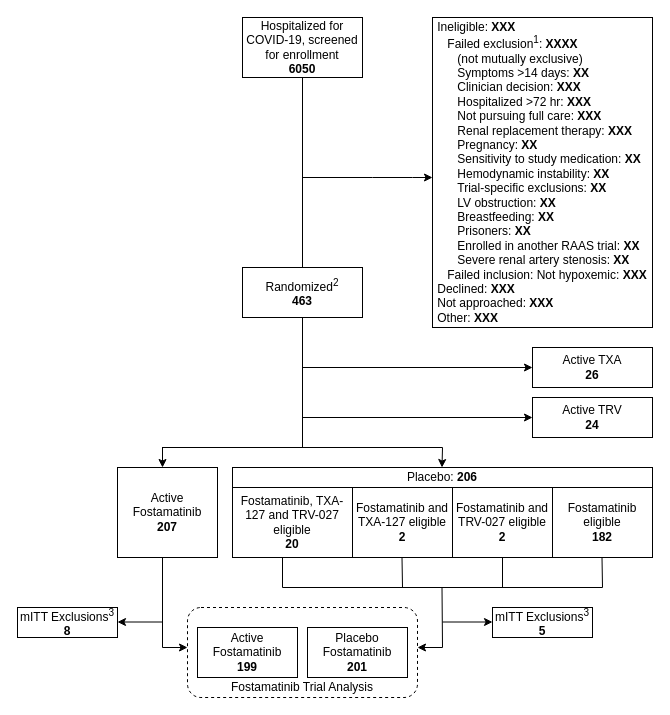
Before: A4HT-CONSORT.drawio in jjdeclercq/VUMisC, a draw.io diagram. Source tidied: cells renumbered, new cells numbered last; positions are measured from the earlier drawing's top-left corner, leaving out a move shared by most shapes. Both pictures are drawn from the tidied source at 100%, with x=0, y=0 at pixel (17, 17).
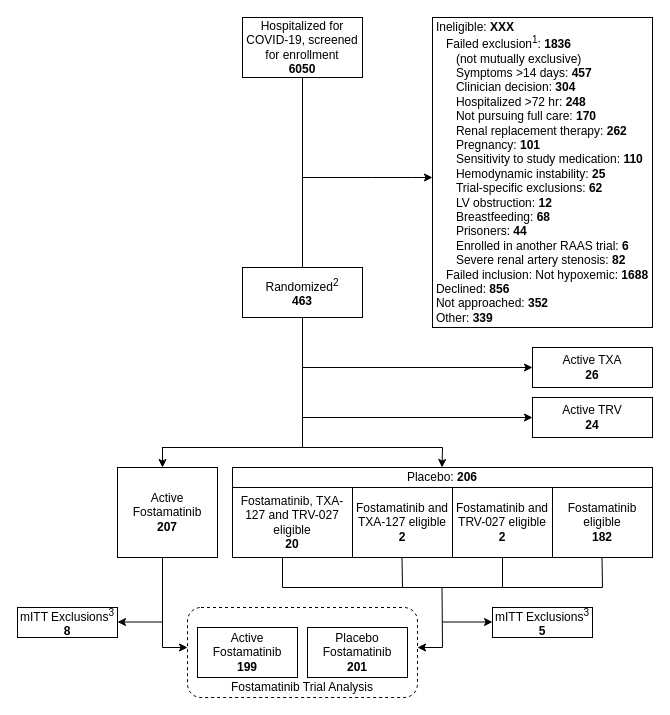
Above is the later version.

What changed in the source:
```diff
@@
-    <mxCell id="5" value="&lt;div style=&quot;text-align: left;&quot;&gt;&lt;span style=&quot;background-color: initial;&quot;&gt;Ineligible: &lt;b&gt;XXX&lt;/b&gt;&lt;/span&gt;&lt;/div&gt;&lt;div style=&quot;text-align: left;&quot;&gt;&lt;span style=&quot;background-color: initial;&quot;&gt;&lt;b&gt;&amp;nbsp; &amp;nbsp;&lt;/b&gt;Failed exclusion&lt;sup&gt;1&lt;/sup&gt;: &lt;b&gt;XXXX&lt;/b&gt;&lt;/span&gt;&lt;/div&gt;&lt;div style=&quot;text-align: left;&quot;&gt;&lt;span style=&quot;background-color: initial;&quot;&gt;&lt;b&gt;&amp;nbsp; &amp;nbsp; &amp;nbsp; &lt;/b&gt;(not mutually exclusive)&lt;/span&gt;&lt;/div&gt;&lt;div style=&quot;text-align: left;&quot;&gt;&lt;span style=&quot;background-color: initial;&quot;&gt;&amp;nbsp; &amp;nbsp; &amp;nbsp; Symptoms &amp;gt;14 days: &lt;b&gt;XX&lt;/b&gt;&lt;/span&gt;&lt;br&gt;&lt;/div&gt;&lt;div style=&quot;text-align: left;&quot;&gt;&amp;nbsp; &amp;nbsp; &amp;nbsp; Clinician decision: &lt;b&gt;XXX&lt;/b&gt;&lt;/div&gt;&lt;div style=&quot;text-align: left;&quot;&gt;&amp;nbsp; &amp;nbsp; &amp;nbsp; Hospitalized &amp;gt;72 hr: &lt;b&gt;XXX&lt;/b&gt;&lt;/div&gt;&lt;div style=&quot;text-align: left;&quot;&gt;&amp;nbsp; &amp;nbsp; &amp;nbsp; Not pursuing full care: &lt;b&gt;XXX&lt;br&gt;&lt;/b&gt;&lt;/div&gt;&lt;div style=&quot;text-align: left;&quot;&gt;&amp;nbsp; &amp;nbsp; &amp;nbsp; Renal replacement therapy: &lt;b&gt;XXX&lt;/b&gt;&lt;/div&gt;&lt;div style=&quot;text-align: left;&quot;&gt;&lt;span style=&quot;background-color: initial;&quot;&gt;&amp;nbsp; &amp;nbsp; &amp;nbsp; Pregnancy: &lt;b&gt;XX&lt;/b&gt;&lt;/span&gt;&lt;/div&gt;&lt;div style=&quot;text-align: left;&quot;&gt;&lt;b style=&quot;background-color: initial;&quot;&gt;&amp;nbsp; &amp;nbsp; &amp;nbsp; &lt;/b&gt;&lt;span style=&quot;background-color: initial;&quot;&gt;Sensitivity to study medication: &lt;b&gt;XX&lt;/b&gt;&lt;/span&gt;&lt;/div&gt;&lt;div style=&quot;text-align: left;&quot;&gt;&lt;span style=&quot;background-color: initial;&quot;&gt;&amp;nbsp; &amp;nbsp; &amp;nbsp; Hemodynamic instability: &lt;b&gt;XX&lt;/b&gt;&lt;/span&gt;&lt;/div&gt;&lt;div style=&quot;text-align: left;&quot;&gt;&lt;b style=&quot;border-color: var(--border-color);&quot;&gt;&amp;nbsp; &amp;nbsp; &amp;nbsp;&amp;nbsp;&lt;/b&gt;Trial-specific exclusions: &lt;b&gt;XX&lt;/b&gt;&lt;span style=&quot;background-color: initial;&quot;&gt;&lt;b&gt;&lt;br&gt;&lt;/b&gt;&lt;/span&gt;&lt;/div&gt;&lt;div style=&quot;text-align: left;&quot;&gt;&lt;span style=&quot;background-color: initial;&quot;&gt;&lt;b&gt;&amp;nbsp; &amp;nbsp; &amp;nbsp; &lt;/b&gt;LV obstruction: &lt;b&gt;XX&lt;/b&gt;&lt;/span&gt;&lt;/div&gt;&lt;div style=&quot;text-align: left;&quot;&gt;&lt;span style=&quot;background-color: initial;&quot;&gt;&lt;b&gt;&amp;nbsp; &amp;nbsp; &amp;nbsp; &lt;/b&gt;Breastfeeding: &lt;b&gt;XX&lt;/b&gt;&lt;/span&gt;&lt;/div&gt;&lt;div style=&quot;text-align: left;&quot;&gt;&lt;span style=&quot;background-color: initial;&quot;&gt;&amp;nbsp; &amp;nbsp; &amp;nbsp; Prisoners: &lt;b&gt;XX&lt;/b&gt;&lt;/span&gt;&lt;/div&gt;&lt;div style=&quot;text-align: left;&quot;&gt;&lt;span style=&quot;background-color: initial;&quot;&gt;&amp;nbsp; &amp;nbsp; &amp;nbsp; Enrolled in another RAAS trial: &lt;b&gt;XX&lt;/b&gt;&lt;/span&gt;&lt;/div&gt;&lt;div style=&quot;text-align: left;&quot;&gt;&lt;span style=&quot;background-color: initial;&quot;&gt;&amp;nbsp; &amp;nbsp; &amp;nbsp; Severe renal artery stenosis: &lt;b&gt;XX&lt;/b&gt;&lt;/span&gt;&lt;/div&gt;&lt;div style=&quot;text-align: left;&quot;&gt;&amp;nbsp; &amp;nbsp;Failed inclusion: Not hypoxemic: &lt;b&gt;XXX&lt;br&gt;&lt;/b&gt;&lt;/div&gt;&lt;div style=&quot;text-align: left;&quot;&gt;&lt;span style=&quot;border-color: var(--border-color);&quot;&gt;Declined: &lt;b&gt;XXX&lt;/b&gt;&lt;br&gt;&lt;/span&gt;&lt;/div&gt;&lt;div style=&quot;text-align: left;&quot;&gt;&lt;span style=&quot;background-color: initial;&quot;&gt;Not approached: &lt;b&gt;XXX&lt;/b&gt;&lt;/span&gt;&lt;/div&gt;&lt;div style=&quot;text-align: left;&quot;&gt;&lt;span style=&quot;background-color: initial;&quot;&gt;Other: &lt;b&gt;XXX&lt;/b&gt;&lt;/span&gt;&lt;br&gt;&lt;/div&gt;" style="rounded=0;whiteSpace=wrap;html=1;" parent="1" vertex="1">
+    <mxCell id="5" value="&lt;div style=&quot;text-align: left;&quot;&gt;&lt;span style=&quot;background-color: initial;&quot;&gt;Ineligible: &lt;b&gt;XXX&lt;/b&gt;&lt;/span&gt;&lt;/div&gt;&lt;div style=&quot;text-align: left;&quot;&gt;&lt;span style=&quot;background-color: initial;&quot;&gt;&lt;b&gt;&amp;nbsp; &amp;nbsp;&lt;/b&gt;Failed exclusion&lt;sup&gt;1&lt;/sup&gt;: &lt;b&gt;1836&lt;/b&gt;&lt;/span&gt;&lt;/div&gt;&lt;div style=&quot;text-align: left;&quot;&gt;&lt;span style=&quot;background-color: initial;&quot;&gt;&lt;b&gt;&amp;nbsp; &amp;nbsp; &amp;nbsp; &lt;/b&gt;(not mutually exclusive)&lt;/span&gt;&lt;/div&gt;&lt;div style=&quot;text-align: left;&quot;&gt;&lt;span style=&quot;background-color: initial;&quot;&gt;&amp;nbsp; &amp;nbsp; &amp;nbsp; Symptoms &amp;gt;14 days: &lt;b&gt;457&lt;/b&gt;&lt;/span&gt;&lt;br&gt;&lt;/div&gt;&lt;div style=&quot;text-align: left;&quot;&gt;&amp;nbsp; &amp;nbsp; &amp;nbsp; Clinician decision: &lt;b&gt;304&lt;/b&gt;&lt;/div&gt;&lt;div style=&quot;text-align: left;&quot;&gt;&amp;nbsp; &amp;nbsp; &amp;nbsp; Hospitalized &amp;gt;72 hr: &lt;b&gt;248&lt;/b&gt;&lt;/div&gt;&lt;div style=&quot;text-align: left;&quot;&gt;&amp;nbsp; &amp;nbsp; &amp;nbsp; Not pursuing full care: &lt;b&gt;170&lt;br&gt;&lt;/b&gt;&lt;/div&gt;&lt;div style=&quot;text-align: left;&quot;&gt;&amp;nbsp; &amp;nbsp; &amp;nbsp; Renal replacement therapy: &lt;b&gt;262&lt;/b&gt;&lt;/div&gt;&lt;div style=&quot;text-align: left;&quot;&gt;&lt;span style=&quot;background-color: initial;&quot;&gt;&amp;nbsp; &amp;nbsp; &amp;nbsp; Pregnancy: &lt;b&gt;101&lt;/b&gt;&lt;/span&gt;&lt;/div&gt;&lt;div style=&quot;text-align: left;&quot;&gt;&lt;b style=&quot;background-color: initial;&quot;&gt;&amp;nbsp; &amp;nbsp; &amp;nbsp; &lt;/b&gt;&lt;span style=&quot;background-color: initial;&quot;&gt;Sensitivity to study medication: &lt;b&gt;110&lt;/b&gt;&lt;/span&gt;&lt;/div&gt;&lt;div style=&quot;text-align: left;&quot;&gt;&lt;span style=&quot;background-color: initial;&quot;&gt;&amp;nbsp; &amp;nbsp; &amp;nbsp; Hemodynamic instability: &lt;b&gt;25&lt;/b&gt;&lt;/span&gt;&lt;/div&gt;&lt;div style=&quot;text-align: left;&quot;&gt;&lt;b style=&quot;border-color: var(--border-color);&quot;&gt;&amp;nbsp; &amp;nbsp; &amp;nbsp;&amp;nbsp;&lt;/b&gt;Trial-specific exclusions: &lt;b&gt;62&lt;/b&gt;&lt;span style=&quot;background-color: initial;&quot;&gt;&lt;b&gt;&lt;br&gt;&lt;/b&gt;&lt;/span&gt;&lt;/div&gt;&lt;div style=&quot;text-align: left;&quot;&gt;&lt;span style=&quot;background-color: initial;&quot;&gt;&lt;b&gt;&amp;nbsp; &amp;nbsp; &amp;nbsp; &lt;/b&gt;LV obstruction: &lt;b&gt;12&lt;/b&gt;&lt;/span&gt;&lt;/div&gt;&lt;div style=&quot;text-align: left;&quot;&gt;&lt;span style=&quot;background-color: initial;&quot;&gt;&lt;b&gt;&amp;nbsp; &amp;nbsp; &amp;nbsp; &lt;/b&gt;Breastfeeding: &lt;b&gt;68&lt;/b&gt;&lt;/span&gt;&lt;/div&gt;&lt;div style=&quot;text-align: left;&quot;&gt;&lt;span style=&quot;background-color: initial;&quot;&gt;&amp;nbsp; &amp;nbsp; &amp;nbsp; Prisoners: &lt;b&gt;44&lt;/b&gt;&lt;/span&gt;&lt;/div&gt;&lt;div style=&quot;text-align: left;&quot;&gt;&lt;span style=&quot;background-color: initial;&quot;&gt;&amp;nbsp; &amp;nbsp; &amp;nbsp; Enrolled in another RAAS trial: &lt;b&gt;6&lt;/b&gt;&lt;/span&gt;&lt;/div&gt;&lt;div style=&quot;text-align: left;&quot;&gt;&lt;span style=&quot;background-color: initial;&quot;&gt;&amp;nbsp; &amp;nbsp; &amp;nbsp; Severe renal artery stenosis: &lt;b&gt;82&lt;/b&gt;&lt;/span&gt;&lt;/div&gt;&lt;div style=&quot;text-align: left;&quot;&gt;&amp;nbsp; &amp;nbsp;Failed inclusion: Not hypoxemic: &lt;b&gt;1688&lt;br&gt;&lt;/b&gt;&lt;/div&gt;&lt;div style=&quot;text-align: left;&quot;&gt;&lt;span style=&quot;border-color: var(--border-color);&quot;&gt;Declined: &lt;b&gt;856&lt;/b&gt;&lt;br&gt;&lt;/span&gt;&lt;/div&gt;&lt;div style=&quot;text-align: left;&quot;&gt;&lt;span style=&quot;background-color: initial;&quot;&gt;Not approached: &lt;b&gt;352&lt;/b&gt;&lt;/span&gt;&lt;/div&gt;&lt;div style=&quot;text-align: left;&quot;&gt;&lt;span style=&quot;background-color: initial;&quot;&gt;Other: &lt;b&gt;339&lt;/b&gt;&lt;/span&gt;&lt;br&gt;&lt;/div&gt;" style="rounded=0;whiteSpace=wrap;html=1;" parent="1" vertex="1">
       <mxGeometry x="415" width="220" height="310" as="geometry" />
     </mxCell>
```
